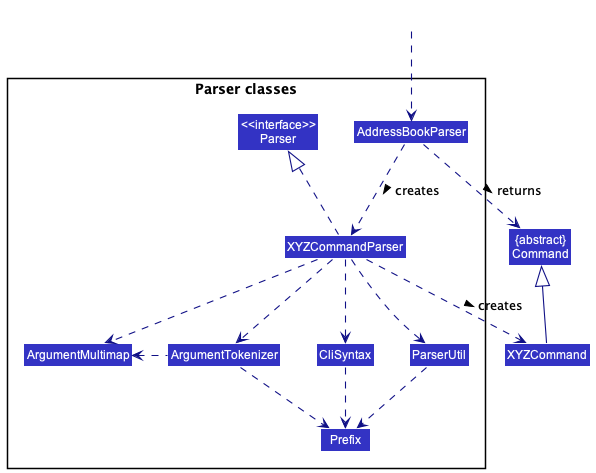
Before: docs/images/ParserClasses.png, a diagram exported from PlantUML (nus-cs2103-AY2223S1/tp).
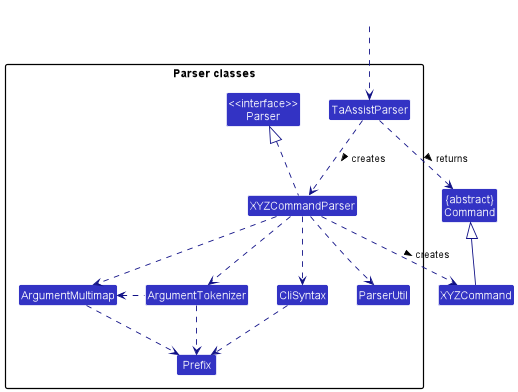
After the commit.

The edit, as a diff of the source:
```diff
@@ -9,7 +9,7 @@
 
 package "Parser classes"{
 Class "<<interface>>\nParser" as Parser
-Class AddressBookParser
+Class TaAssistParser
 Class XYZCommandParser
 Class CliSyntax
 Class ParserUtil
@@ -19,20 +19,21 @@
 }
 
 Class HiddenOutside #FFFFFF
-HiddenOutside ..> AddressBookParser
+HiddenOutside ..> TaAssistParser
 
-AddressBookParser .down.> XYZCommandParser: creates >
+TaAssistParser .down.> XYZCommandParser: creates >
 
 XYZCommandParser ..> XYZCommand : creates >
-AddressBookParser ..> Command : returns >
+TaAssistParser ..> Command : returns >
 XYZCommandParser .up.|> Parser
 XYZCommandParser ..> ArgumentMultimap
 XYZCommandParser ..> ArgumentTokenizer
 ArgumentTokenizer .left.> ArgumentMultimap
+ArgumentMultimap ..> Prefix
 XYZCommandParser ..> CliSyntax
 CliSyntax ..> Prefix
 XYZCommandParser ..> ParserUtil
-ParserUtil .down.> Prefix
+
 ArgumentTokenizer .down.> Prefix
 XYZCommand -up-|> Command
 @enduml
```
